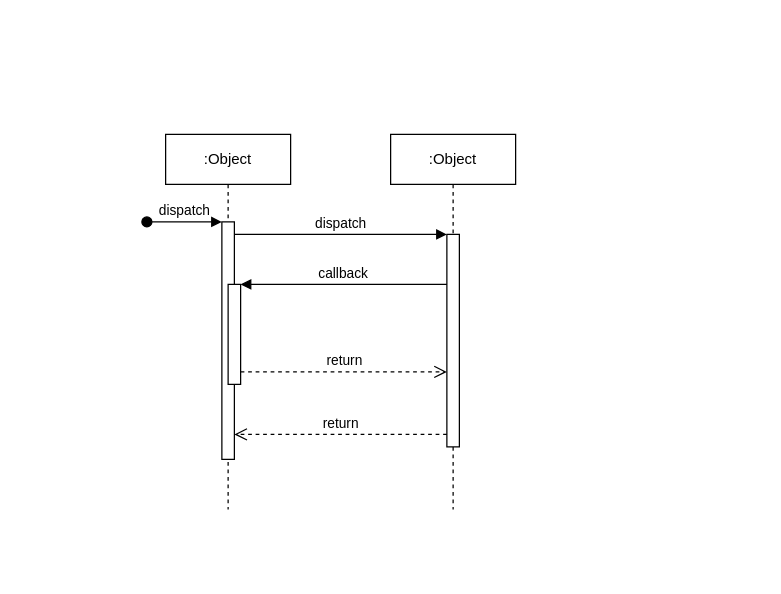
Above: page "Secuencia" (2 of 3) of Biblioteca.drawio in jeacevedo92/Diagramas-Arquitectura (draw.io), before the change. Source tidied: cells renumbered, new cells numbered last; positions are measured from the earlier drawing's top-left corner, leaving out a move shared by most shapes. Both pictures are drawn from the tidied source at 125%, with x=0, y=0 at pixel (146, 134).
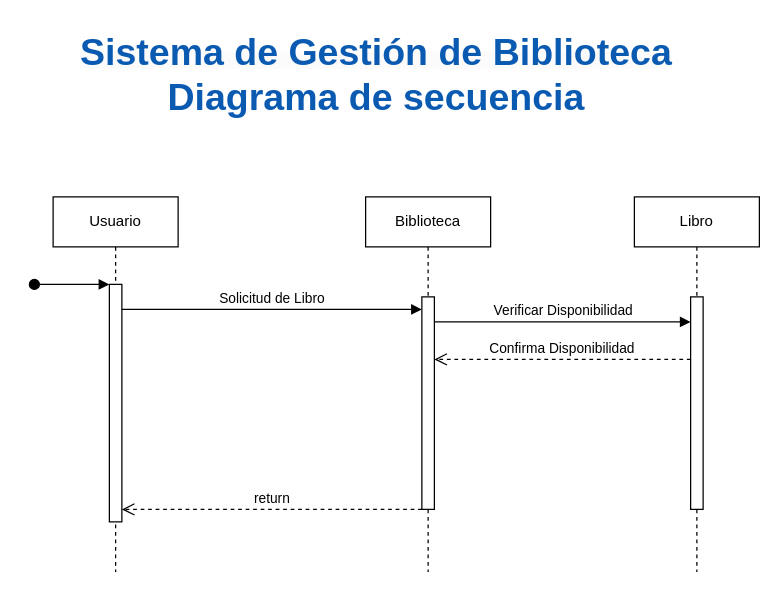
Above is the later version.

Unchanged cells that the change refers to:
```xml
<mxCell id="3" style="html=1;points=[];perimeter=orthogonalPerimeter;outlineConnect=0;targetShapes=umlLifeline;portConstraint=eastwest;newEdgeStyle={&quot;edgeStyle&quot;:&quot;elbowEdgeStyle&quot;,&quot;elbow&quot;:&quot;vertical&quot;,&quot;curved&quot;:0,&quot;rounded&quot;:0};" parent="2" vertex="1">
  <mxGeometry x="45" y="70" width="10" height="190" as="geometry" />
</mxCell>
<mxCell id="7" style="html=1;points=[];perimeter=orthogonalPerimeter;outlineConnect=0;targetShapes=umlLifeline;portConstraint=eastwest;newEdgeStyle={&quot;edgeStyle&quot;:&quot;elbowEdgeStyle&quot;,&quot;elbow&quot;:&quot;vertical&quot;,&quot;curved&quot;:0,&quot;rounded&quot;:0};" parent="6" vertex="1">
  <mxGeometry x="45" y="80" width="10" height="170" as="geometry" />
</mxCell>
```

Diff of the diagram source:
```diff
@@
-    <mxCell id="2" value=":Object" style="shape=umlLifeline;perimeter=lifelinePerimeter;whiteSpace=wrap;html=1;newEdgeStyle={&quot;edgeStyle&quot;:&quot;elbowEdgeStyle&quot;,&quot;elbow&quot;:&quot;vertical&quot;,&quot;curved&quot;:0,&quot;rounded&quot;:0};" parent="1" vertex="1">
-      <mxGeometry x="15" width="100" height="300" as="geometry" />
+    <mxCell id="2" value="Usuario" style="shape=umlLifeline;perimeter=lifelinePerimeter;whiteSpace=wrap;html=1;newEdgeStyle={&quot;edgeStyle&quot;:&quot;elbowEdgeStyle&quot;,&quot;elbow&quot;:&quot;vertical&quot;,&quot;curved&quot;:0,&quot;rounded&quot;:0};" parent="1" vertex="1">
+      <mxGeometry x="-75" y="50" width="100" height="300" as="geometry" />
     </mxCell>
@@
-    <mxCell id="4" value="dispatch" style="html=1;verticalAlign=bottom;startArrow=oval;endArrow=block;startSize=8;edgeStyle=elbowEdgeStyle;elbow=vertical;curved=0;rounded=0;" parent="2" edge="1" target="3">
+    <mxCell id="4" style="html=1;verticalAlign=bottom;startArrow=oval;endArrow=block;startSize=8;edgeStyle=elbowEdgeStyle;elbow=vertical;curved=0;rounded=0;" parent="2" edge="1" target="3">
       <mxGeometry relative="1" as="geometry">
         <mxPoint x="-15" y="70" as="sourcePoint" />
       </mxGeometry>
     </mxCell>
-    <mxCell id="5" style="html=1;points=[];perimeter=orthogonalPerimeter;outlineConnect=0;targetShapes=umlLifeline;portConstraint=eastwest;newEdgeStyle={&quot;edgeStyle&quot;:&quot;elbowEdgeStyle&quot;,&quot;elbow&quot;:&quot;vertical&quot;,&quot;curved&quot;:0,&quot;rounded&quot;:0};" parent="2" vertex="1">
-      <mxGeometry x="50" y="120" width="10" height="80" as="geometry" />
-    </mxCell>
-    <mxCell id="6" value=":Object" style="shape=umlLifeline;perimeter=lifelinePerimeter;whiteSpace=wrap;html=1;newEdgeStyle={&quot;edgeStyle&quot;:&quot;elbowEdgeStyle&quot;,&quot;elbow&quot;:&quot;vertical&quot;,&quot;curved&quot;:0,&quot;rounded&quot;:0};" parent="1" vertex="1">
-      <mxGeometry x="195" width="100" height="300" as="geometry" />
+    <mxCell id="6" value="Biblioteca" style="shape=umlLifeline;perimeter=lifelinePerimeter;whiteSpace=wrap;html=1;newEdgeStyle={&quot;edgeStyle&quot;:&quot;elbowEdgeStyle&quot;,&quot;elbow&quot;:&quot;vertical&quot;,&quot;curved&quot;:0,&quot;rounded&quot;:0};" parent="1" vertex="1">
+      <mxGeometry x="175" y="50" width="100" height="300" as="geometry" />
     </mxCell>
@@
-    <mxCell id="8" value="dispatch" style="html=1;verticalAlign=bottom;endArrow=block;edgeStyle=elbowEdgeStyle;elbow=vertical;curved=0;rounded=0;" parent="1" edge="1" source="3" target="7">
+    <mxCell id="8" value="Solicitud de Libro" style="html=1;verticalAlign=bottom;endArrow=block;edgeStyle=elbowEdgeStyle;elbow=vertical;curved=0;rounded=0;" parent="1" edge="1" source="3" target="7">
       <mxGeometry relative="1" as="geometry">
         <Array as="points">
-          <mxPoint x="155" y="80" />
+          <mxPoint x="65" y="140" />
         </Array>
       </mxGeometry>
     </mxCell>
     <mxCell id="9" value="return" style="html=1;verticalAlign=bottom;endArrow=open;dashed=1;endSize=8;edgeStyle=elbowEdgeStyle;elbow=vertical;curved=0;rounded=0;" parent="1" edge="1" source="7" target="3">
       <mxGeometry relative="1" as="geometry">
         <Array as="points">
-          <mxPoint x="165" y="240" />
+          <mxPoint x="75" y="300" />
         </Array>
       </mxGeometry>
     </mxCell>
-    <mxCell id="10" value="callback" style="html=1;verticalAlign=bottom;endArrow=block;edgeStyle=elbowEdgeStyle;elbow=vertical;curved=0;rounded=0;" parent="1" edge="1" source="7" target="5">
-      <mxGeometry relative="1" as="geometry">
-        <Array as="points">
-          <mxPoint x="165" y="120" />
-        </Array>
-      </mxGeometry>
-    </mxCell>
-    <mxCell id="11" value="return" style="html=1;verticalAlign=bottom;endArrow=open;dashed=1;endSize=8;edgeStyle=elbowEdgeStyle;elbow=vertical;curved=0;rounded=0;" parent="1" edge="1" source="5" target="7">
-      <mxGeometry relative="1" as="geometry">
-        <Array as="points">
-          <mxPoint x="155" y="190" />
-        </Array>
-      </mxGeometry>
-    </mxCell>
+    <mxCell id="12" value="&lt;b style=&quot;forced-color-adjust: none; color: rgb(11, 90, 178); font-family: Helvetica; font-size: 12px; font-style: normal; font-variant-ligatures: no-common-ligatures; font-variant-caps: normal; letter-spacing: normal; orphans: 2; text-align: center; text-indent: 0px; text-transform: none; widows: 2; word-spacing: 0px; -webkit-text-stroke: 0px rgb(0, 0, 0); white-space: normal; background-color: rgb(251, 251, 251); text-decoration-thickness: initial; text-decoration-style: initial; text-decoration-color: initial;&quot;&gt;&lt;font style=&quot;forced-color-adjust: none; font-size: 30px;&quot;&gt;Sistema de Gestión de Biblioteca&lt;/font&gt;&lt;/b&gt;&lt;div style=&quot;text-align: center;&quot;&gt;&lt;font color=&quot;#0b5ab2&quot;&gt;&lt;span style=&quot;font-size: 30px; font-variant-ligatures: no-common-ligatures;&quot;&gt;&lt;b&gt;Diagrama de secuencia&lt;/b&gt;&lt;/span&gt;&lt;/font&gt;&lt;/div&gt;" style="text;whiteSpace=wrap;html=1;" parent="1" vertex="1">
+      <mxGeometry x="-55" y="-90" width="510" height="60" as="geometry" />
+    </mxCell>
+    <mxCell id="13" value="Libro" style="shape=umlLifeline;perimeter=lifelinePerimeter;whiteSpace=wrap;html=1;newEdgeStyle={&quot;edgeStyle&quot;:&quot;elbowEdgeStyle&quot;,&quot;elbow&quot;:&quot;vertical&quot;,&quot;curved&quot;:0,&quot;rounded&quot;:0};" parent="1" vertex="1">
+      <mxGeometry x="390" y="50" width="100" height="300" as="geometry" />
+    </mxCell>
+    <mxCell id="14" style="html=1;points=[];perimeter=orthogonalPerimeter;outlineConnect=0;targetShapes=umlLifeline;portConstraint=eastwest;newEdgeStyle={&quot;edgeStyle&quot;:&quot;elbowEdgeStyle&quot;,&quot;elbow&quot;:&quot;vertical&quot;,&quot;curved&quot;:0,&quot;rounded&quot;:0};" parent="13" vertex="1">
+      <mxGeometry x="45" y="80" width="10" height="170" as="geometry" />
+    </mxCell>
+    <mxCell id="15" value="Verificar Disponibilidad" style="html=1;verticalAlign=bottom;endArrow=block;edgeStyle=elbowEdgeStyle;elbow=vertical;curved=0;rounded=0;" parent="1" edge="1" source="7" target="14">
+      <mxGeometry relative="1" as="geometry">
+        <Array as="points">
+          <mxPoint x="320" y="150" />
+        </Array>
+      </mxGeometry>
+    </mxCell>
+    <mxCell id="16" value="Confirma Disponibilidad" style="html=1;verticalAlign=bottom;endArrow=open;dashed=1;endSize=8;edgeStyle=elbowEdgeStyle;elbow=vertical;curved=0;rounded=0;" parent="1" edge="1">
+      <mxGeometry relative="1" as="geometry">
+        <mxPoint x="435" y="180" as="sourcePoint" />
+        <mxPoint x="230" y="180" as="targetPoint" />
+        <Array as="points">
+          <mxPoint x="330" y="180" />
+        </Array>
+      </mxGeometry>
+    </mxCell>
```
